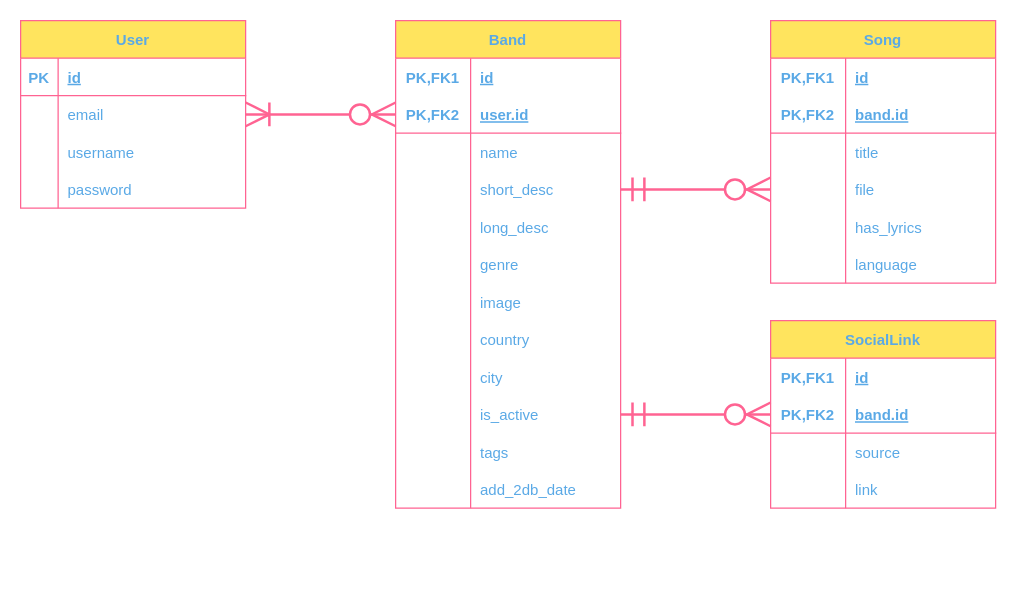
Before: UML/ERD.drawio in Gruszecki/garage.online, a draw.io diagram. Source tidied: cells renumbered, new cells numbered last; positions are measured from the earlier drawing's top-left corner, leaving out a move shared by most shapes. Both pictures are drawn from the tidied source at 125%, with x=0, y=0 at pixel (20, 20).
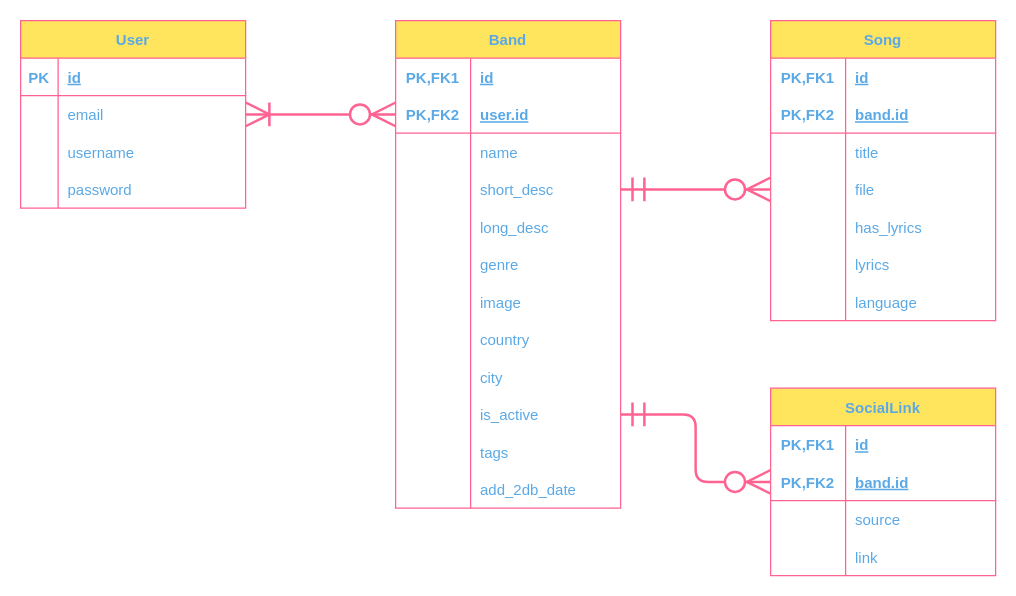
The same page after the edit.

Unchanged cells that the change refers to:
```xml
<mxCell id="26" style="shape=partialRectangle;fillColor=none;top=0;left=0;bottom=1;right=0;points=[[0,0.5],[1,0.5]];portConstraint=eastwest;rounded=0;sketch=0;fontColor=#5AA9E6;strokeColor=#FF6392;" parent="22" vertex="1">
  <mxGeometry y="60" width="180" height="30" as="geometry" />
</mxCell>
<mxCell id="77" style="shape=partialRectangle;fillColor=none;top=0;left=0;bottom=0;right=0;points=[[0,0.5],[1,0.5]];portConstraint=eastwest;rounded=0;sketch=0;fontColor=#5AA9E6;strokeColor=#FF6392;" parent="49" vertex="1">
  <mxGeometry y="300" width="180" height="30" as="geometry" />
</mxCell>
```

Change to the diagram source:
```diff
@@
     <mxCell id="3" value="Song" style="shape=table;startSize=30;childLayout=tableLayout;rowLines=0;fontStyle=1;align=center;rounded=0;sketch=0;fontColor=#5AA9E6;strokeColor=#FF6392;fillColor=#FFE45E;" parent="1" vertex="1">
-      <mxGeometry x="600" width="180" height="210" as="geometry" />
+      <mxGeometry x="600" width="180" height="240" as="geometry" />
     </mxCell>
@@
+    <mxCell id="87" style="shape=partialRectangle;fillColor=none;top=0;left=0;bottom=0;right=0;rounded=0;sketch=0;fontColor=#5AA9E6;strokeColor=#FF6392;" parent="3" vertex="1">
+      <mxGeometry y="180" width="180" height="30" as="geometry" />
+    </mxCell>
+    <mxCell id="88" style="shape=partialRectangle;fillColor=none;top=0;left=0;bottom=0;right=0;overflow=hidden;rounded=0;sketch=0;fontColor=#5AA9E6;strokeColor=#FF6392;" parent="87" vertex="1">
+      <mxGeometry width="60" height="30" as="geometry" />
+    </mxCell>
+    <mxCell id="89" value="lyrics" style="shape=partialRectangle;fillColor=none;top=0;left=0;bottom=0;right=0;align=left;spacingLeft=6;overflow=hidden;rounded=0;sketch=0;fontColor=#5AA9E6;strokeColor=#FF6392;" parent="87" vertex="1">
+      <mxGeometry x="60" width="120" height="30" as="geometry" />
+    </mxCell>
     <mxCell id="19" style="shape=partialRectangle;fillColor=none;top=0;left=0;bottom=0;right=0;rounded=0;sketch=0;fontColor=#5AA9E6;strokeColor=#FF6392;" parent="3" vertex="1">
-      <mxGeometry y="180" width="180" height="30" as="geometry" />
+      <mxGeometry y="210" width="180" height="30" as="geometry" />
     </mxCell>
@@
     <mxCell id="22" value="SocialLink" style="shape=table;startSize=30;childLayout=tableLayout;rowLines=0;fontStyle=1;align=center;rounded=0;sketch=0;fontColor=#5AA9E6;strokeColor=#FF6392;fillColor=#FFE45E;" parent="1" vertex="1">
-      <mxGeometry x="600" y="240" width="180" height="150" as="geometry" />
+      <mxGeometry x="600" y="294" width="180" height="150" as="geometry" />
     </mxCell>
@@
     <mxCell id="35" style="edgeStyle=orthogonalEdgeStyle;fontSize=12;html=1;endArrow=ERzeroToMany;startArrow=ERmandOne;rounded=1;sketch=0;fontColor=#5AA9E6;endSize=16;strokeColor=#FF6392;strokeWidth=2;fillColor=#FFE45E;startSize=16;exitX=1;exitY=0.5;exitDx=0;exitDy=0;entryX=0;entryY=0.5;entryDx=0;entryDy=0;" parent="1" edge="1" source="77" target="26">
       <mxGeometry relative="1" as="geometry">
         <Array as="points">
           <mxPoint x="540" y="315" />
-          <mxPoint x="540" y="315" />
+          <mxPoint x="540" y="369" />
         </Array>
       </mxGeometry>
     </mxCell>
```
